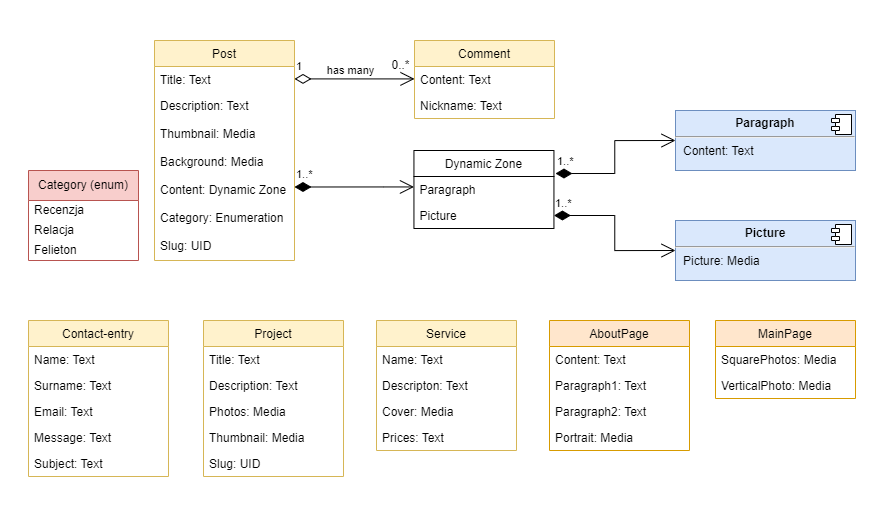
Above: thesis/images/diagram-typu-tresci.png in oskarkurczewski/portfolio-blog (draw.io), before the change. Source tidied: cells renumbered, new cells last; positions are measured from the earlier drawing's top-left corner, leaving out a move shared by most shapes.
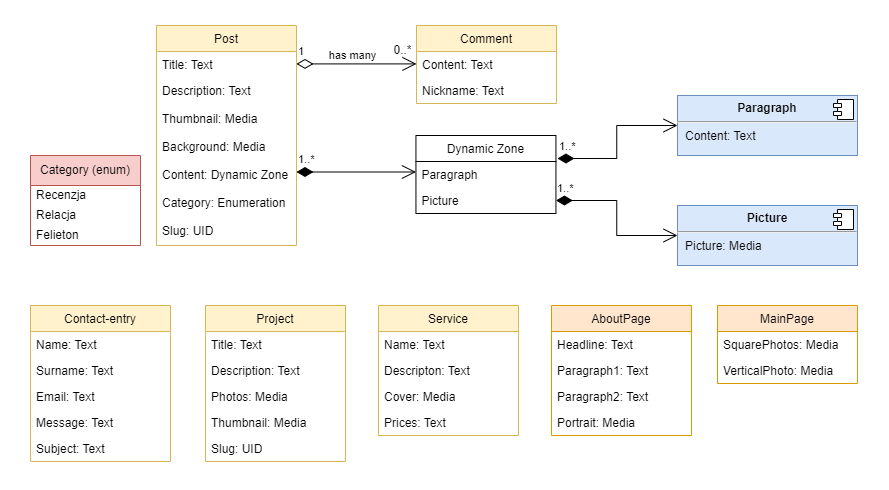
After the change.

The edit, as a diff of the source:
```diff
@@ -155,7 +155,7 @@
     <mxCell id="47" value="AboutPage" style="swimlane;fontStyle=0;horizontal=1;startSize=26;fillColor=#ffe6cc;strokeColor=#d79b00;" parent="1" vertex="1">
       <mxGeometry x="521" y="280" width="140" height="130" as="geometry" />
     </mxCell>
-    <mxCell id="48" value="Content: Text" style="text;strokeColor=none;fillColor=none;align=left;verticalAlign=top;spacingLeft=4;spacingRight=4;overflow=hidden;" parent="47" vertex="1">
+    <mxCell id="48" value="Headline: Text" style="text;strokeColor=none;fillColor=none;align=left;verticalAlign=top;spacingLeft=4;spacingRight=4;overflow=hidden;" parent="47" vertex="1">
       <mxGeometry y="26" width="140" height="26" as="geometry" />
     </mxCell>
     <mxCell id="49" value="Paragraph1: Text" style="text;strokeColor=none;fillColor=none;align=left;verticalAlign=top;spacingLeft=4;spacingRight=4;overflow=hidden;" parent="47" vertex="1">
```
